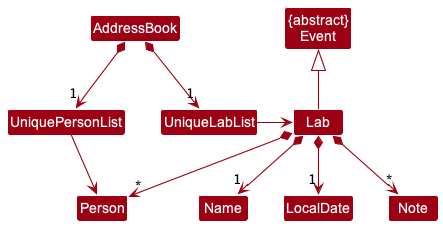
Before: docs/images/BetterLabClassDiagram.png, a diagram exported from PlantUML (nus-cs2103-AY2223S2/tp).
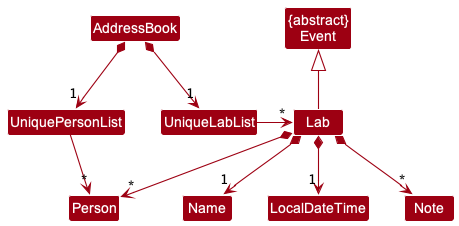
After the commit.

What changed in the source:
```diff
@@ -9,13 +9,13 @@
 AddressBook *-> "1" UniquePersonList
 AddressBook *--> "1" UniqueLabList
 
-UniquePersonList -right-> Person
-UniqueLabList -right-> Lab
+UniquePersonList -right-> "*" Person
+UniqueLabList -right-> "*" Lab
 
 Lab -up-|> Event
 
 Lab *--> "1" Name
-Lab *--> "1" LocalDate
+Lab *--> "1" LocalDateTime
 Lab *--> "*" Note
 Lab *--> "*" Person
 
```
